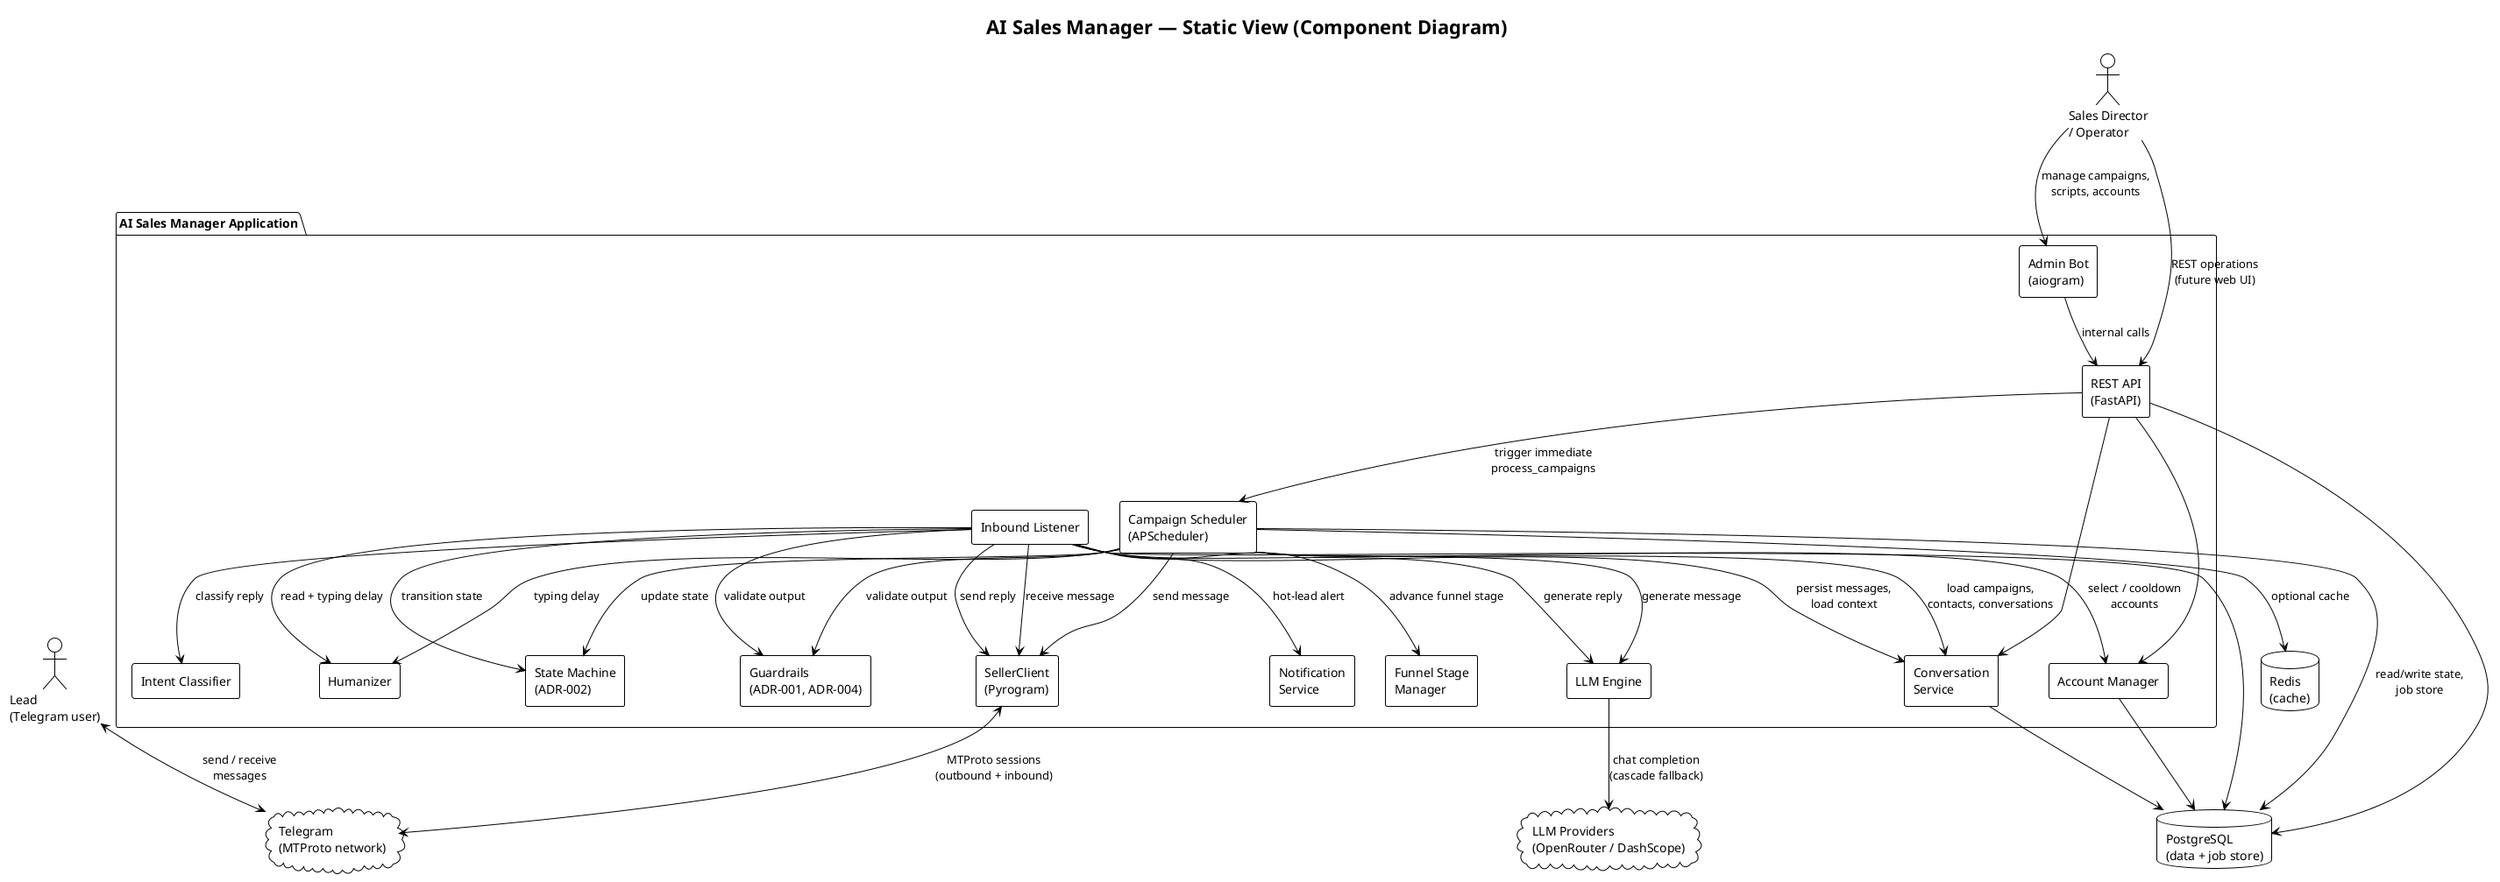
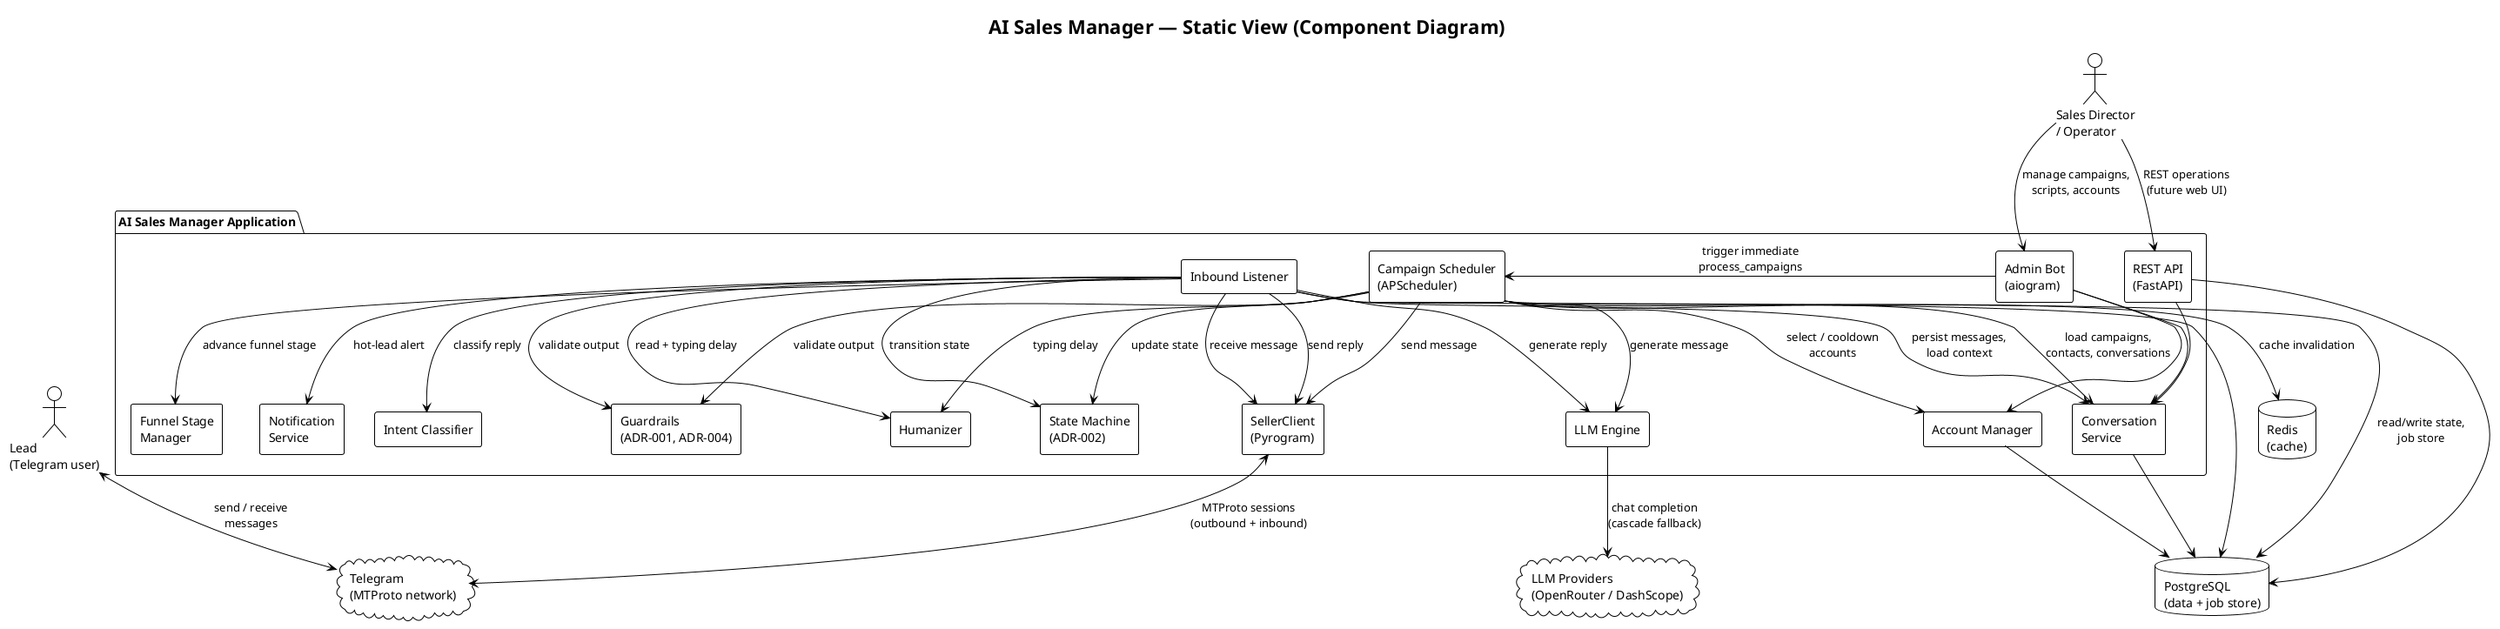
@startuml Component Diagram
!theme plain
skinparam componentStyle rectangle
skinparam shadowing false

title AI Sales Manager — Static View (Component Diagram)

actor "Sales Director\n/ Operator" as Operator
actor "Lead\n(Telegram user)" as Lead

cloud "Telegram\n(MTProto network)" as Telegram {
}

cloud "LLM Providers\n(OpenRouter / DashScope)" as LLMCloud {
}

package "AI Sales Manager Application" {

  component "Admin Bot\n(aiogram)" as AdminBot
  component "REST API\n(FastAPI)" as API

  together {
    component "Campaign Scheduler\n(APScheduler)" as Scheduler
    component "Inbound Listener" as Inbound
    component "SellerClient\n(Pyrogram)" as Seller
  }

  component "LLM Engine" as LLMEngine
  component "Guardrails\n(ADR-001, ADR-004)" as Guardrails
  component "State Machine\n(ADR-002)" as StateMachine
  component "Humanizer" as Humanizer
  component "Intent Classifier" as Intent
  component "Funnel Stage\nManager" as Funnel

  component "Conversation\nService" as ConvSvc
  component "Account Manager" as AccMgr
  component "Notification\nService" as Notify
}

database "PostgreSQL\n(data + job store)" as PG
database "Redis\n(cache)" as Redis

' --- External interactions ---
Operator --> AdminBot : manage campaigns,\nscripts, accounts
Operator --> API : REST operations\n(future web UI)
Lead <--> Telegram : send / receive\nmessages
Seller <--> Telegram : MTProto sessions\n(outbound + inbound)

- ' --- API layer ---
- AdminBot --> API : internal calls
+ ' --- API and bot layers (shared DB/core, not HTTP between bot and API) ---
+ AdminBot --> ConvSvc
+ AdminBot --> AccMgr
+ AdminBot --> Scheduler : trigger immediate\nprocess_campaigns
API --> ConvSvc
- API --> AccMgr
- API --> Scheduler : trigger immediate\nprocess_campaigns

' --- Outbound path (ADR-003) ---
Scheduler --> ConvSvc : load campaigns,\ncontacts, conversations
Scheduler --> AccMgr : select / cooldown\naccounts
Scheduler --> LLMEngine : generate message
Scheduler --> Guardrails : validate output
Scheduler --> Humanizer : typing delay
Scheduler --> Seller : send message
Scheduler --> StateMachine : update state

' --- Inbound path ---
Inbound --> Seller : receive message
Inbound --> ConvSvc : persist messages,\nload context
Inbound --> Intent : classify reply
Inbound --> StateMachine : transition state
Inbound --> Funnel : advance funnel stage
Inbound --> LLMEngine : generate reply
Inbound --> Guardrails : validate output
Inbound --> Humanizer : read + typing delay
Inbound --> Seller : send reply
Inbound --> Notify : hot-lead alert

' --- LLM ---
LLMEngine --> LLMCloud : chat completion\n(cascade fallback)

' --- Persistence ---
ConvSvc --> PG
AccMgr --> PG
Scheduler --> PG : read/write state,\njob store
API --> PG
Inbound --> PG
- Scheduler --> Redis : optional cache
+ Scheduler --> Redis : cache invalidation

@enduml
